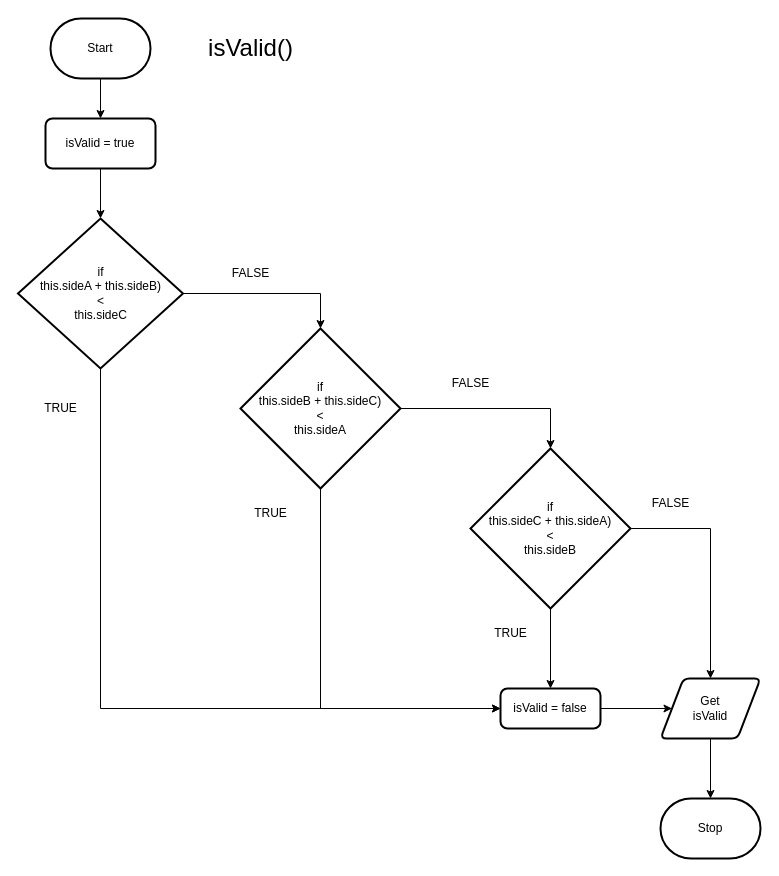
The draw.io diagram designs/isValid.drawio in Curtis-Edwards/ICS4U-Assignment-3-Typescript, before the edit. Source tidied: cells renumbered, new cells numbered last; positions are measured from the earlier drawing's top-left corner, leaving out a move shared by most shapes. Both pictures are drawn from the tidied source at 100%, with x=0, y=0 at pixel (18, 18).
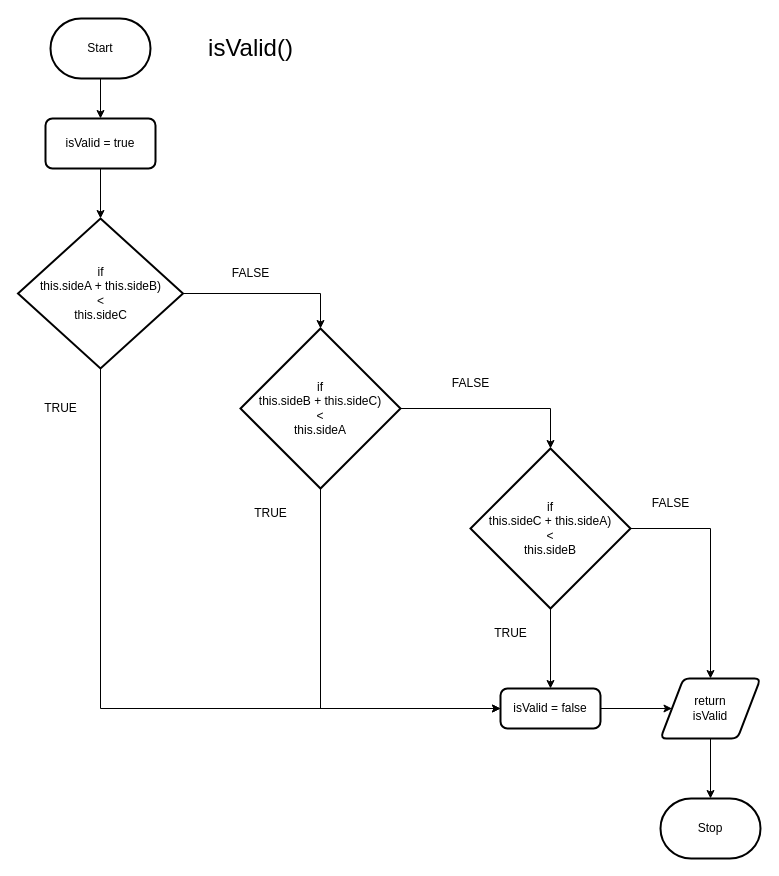
The same page after the edit.

What changed in the source:
```diff
@@
-    <mxCell id="21" value="Get&lt;br&gt;isValid" style="shape=parallelogram;html=1;strokeWidth=2;perimeter=parallelogramPerimeter;whiteSpace=wrap;rounded=1;arcSize=12;size=0.23;" parent="1" vertex="1">
+    <mxCell id="21" value="return&lt;br&gt;isValid" style="shape=parallelogram;html=1;strokeWidth=2;perimeter=parallelogramPerimeter;whiteSpace=wrap;rounded=1;arcSize=12;size=0.23;" parent="1" vertex="1">
       <mxGeometry x="642" y="660" width="100" height="60" as="geometry" />
     </mxCell>
```
